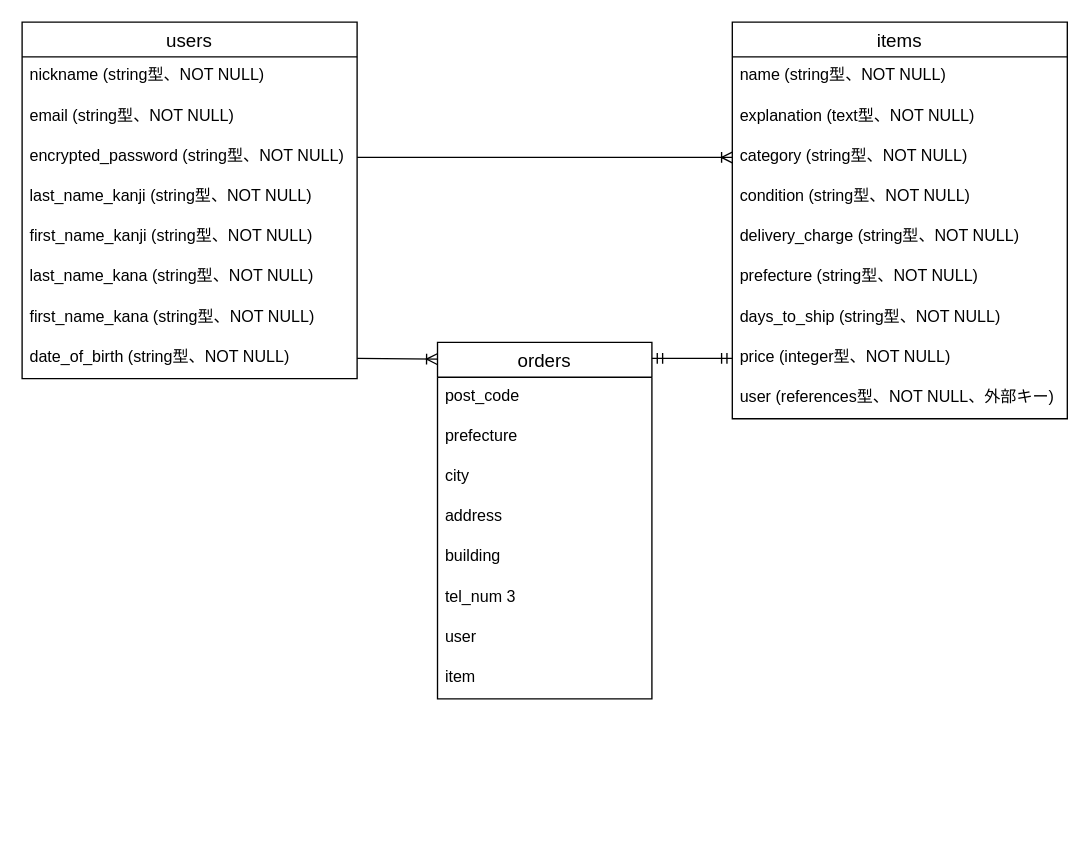
Above: furima.dio in KoDy-Kodemari/furima-38028 (draw.io), before the change. Source tidied: cells renumbered, new cells numbered last; positions are measured from the earlier drawing's top-left corner, leaving out a move shared by most shapes. Both pictures are drawn from the tidied source at 134%, with x=0, y=0 at pixel (21, 21).
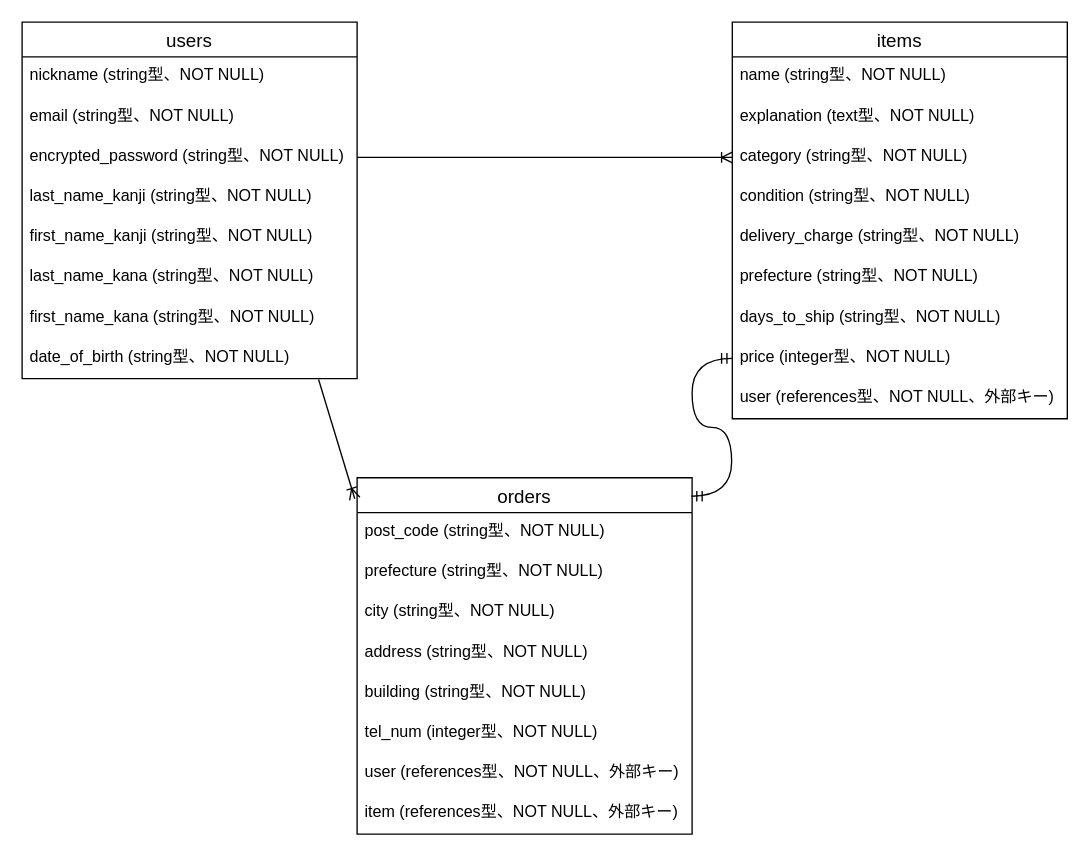
The same diagram, later.

Unchanged cells that the change refers to:
```xml
<mxCell id="10" value="date_of_birth (string型、NOT NULL)" style="text;strokeColor=none;fillColor=none;spacingLeft=4;spacingRight=4;overflow=hidden;points=[[0,0.5],[1,0.5]];portConstraint=eastwest;fontSize=12;" parent="2" vertex="1">
  <mxGeometry y="236" width="250" height="30" as="geometry" />
</mxCell>
```

Diff of the diagram source:
```diff
@@
     <mxCell id="21" value="orders" style="swimlane;fontStyle=0;horizontal=1;startSize=26;align=center;fontSize=14;" parent="1" vertex="1">
-      <mxGeometry x="310" y="239" width="160" height="266" as="geometry" />
+      <mxGeometry x="250" y="340" width="250" height="266" as="geometry" />
     </mxCell>
-    <mxCell id="22" value="post_code" style="text;strokeColor=none;fillColor=none;spacingLeft=4;spacingRight=4;overflow=hidden;fontSize=12;" parent="21" vertex="1">
-      <mxGeometry y="26" width="160" height="30" as="geometry" />
+    <mxCell id="22" value="post_code (string型、NOT NULL)" style="text;strokeColor=none;fillColor=none;spacingLeft=4;spacingRight=4;overflow=hidden;fontSize=12;" parent="21" vertex="1">
+      <mxGeometry y="26" width="250" height="30" as="geometry" />
     </mxCell>
-    <mxCell id="23" value="prefecture" style="text;strokeColor=none;fillColor=none;spacingLeft=4;spacingRight=4;overflow=hidden;fontSize=12;" parent="21" vertex="1">
-      <mxGeometry y="56" width="160" height="30" as="geometry" />
+    <mxCell id="23" value="prefecture (string型、NOT NULL)" style="text;strokeColor=none;fillColor=none;spacingLeft=4;spacingRight=4;overflow=hidden;fontSize=12;" parent="21" vertex="1">
+      <mxGeometry y="56" width="250" height="30" as="geometry" />
     </mxCell>
-    <mxCell id="24" value="city" style="text;strokeColor=none;fillColor=none;spacingLeft=4;spacingRight=4;overflow=hidden;fontSize=12;" parent="21" vertex="1">
-      <mxGeometry y="86" width="160" height="30" as="geometry" />
+    <mxCell id="24" value="city (string型、NOT NULL)" style="text;strokeColor=none;fillColor=none;spacingLeft=4;spacingRight=4;overflow=hidden;fontSize=12;" parent="21" vertex="1">
+      <mxGeometry y="86" width="250" height="30" as="geometry" />
     </mxCell>
-    <mxCell id="25" value="address" style="text;strokeColor=none;fillColor=none;spacingLeft=4;spacingRight=4;overflow=hidden;fontSize=12;" parent="21" vertex="1">
-      <mxGeometry y="116" width="160" height="30" as="geometry" />
+    <mxCell id="25" value="address (string型、NOT NULL)" style="text;strokeColor=none;fillColor=none;spacingLeft=4;spacingRight=4;overflow=hidden;fontSize=12;" parent="21" vertex="1">
+      <mxGeometry y="116" width="250" height="30" as="geometry" />
     </mxCell>
-    <mxCell id="26" value="building" style="text;strokeColor=none;fillColor=none;spacingLeft=4;spacingRight=4;overflow=hidden;fontSize=12;" parent="21" vertex="1">
-      <mxGeometry y="146" width="160" height="30" as="geometry" />
+    <mxCell id="26" value="building (string型、NOT NULL)" style="text;strokeColor=none;fillColor=none;spacingLeft=4;spacingRight=4;overflow=hidden;fontSize=12;" parent="21" vertex="1">
+      <mxGeometry y="146" width="250" height="30" as="geometry" />
     </mxCell>
-    <mxCell id="27" value="tel_num 3" style="text;strokeColor=none;fillColor=none;spacingLeft=4;spacingRight=4;overflow=hidden;fontSize=12;" parent="21" vertex="1">
-      <mxGeometry y="176" width="160" height="30" as="geometry" />
+    <mxCell id="27" value="tel_num (integer型、NOT NULL)" style="text;strokeColor=none;fillColor=none;spacingLeft=4;spacingRight=4;overflow=hidden;fontSize=12;" parent="21" vertex="1">
+      <mxGeometry y="176" width="250" height="30" as="geometry" />
     </mxCell>
-    <mxCell id="28" value="user" style="text;strokeColor=none;fillColor=none;spacingLeft=4;spacingRight=4;overflow=hidden;fontSize=12;" parent="21" vertex="1">
-      <mxGeometry y="206" width="160" height="30" as="geometry" />
+    <mxCell id="28" value="user (references型、NOT NULL、外部キー)" style="text;strokeColor=none;fillColor=none;spacingLeft=4;spacingRight=4;overflow=hidden;fontSize=12;" parent="21" vertex="1">
+      <mxGeometry y="206" width="250" height="30" as="geometry" />
     </mxCell>
-    <mxCell id="29" value="item" style="text;strokeColor=none;fillColor=none;spacingLeft=4;spacingRight=4;overflow=hidden;fontSize=12;" parent="21" vertex="1">
-      <mxGeometry y="236" width="160" height="30" as="geometry" />
+    <mxCell id="29" value="item (references型、NOT NULL、外部キー)" style="text;strokeColor=none;fillColor=none;spacingLeft=4;spacingRight=4;overflow=hidden;fontSize=12;" parent="21" vertex="1">
+      <mxGeometry y="236" width="250" height="30" as="geometry" />
     </mxCell>
@@
-    <mxCell id="31" style="fontSize=12;html=1;endArrow=ERoneToMany;exitX=1;exitY=0.5;exitDx=0;exitDy=0;entryX=-0.001;entryY=0.047;entryDx=0;entryDy=0;entryPerimeter=0;" parent="1" edge="1" source="10" target="21">
+    <mxCell id="31" style="fontSize=12;html=1;endArrow=ERoneToMany;exitX=0.885;exitY=1.025;exitDx=0;exitDy=0;entryX=-0.007;entryY=0.059;entryDx=0;entryDy=0;entryPerimeter=0;exitPerimeter=0;" parent="1" edge="1" source="10" target="21">
       <mxGeometry relative="1" as="geometry" />
     </mxCell>
-    <mxCell id="32" style="edgeStyle=entityRelationEdgeStyle;fontSize=12;html=1;endArrow=ERmandOne;startArrow=ERmandOne;curved=1;" parent="1" edge="1">
+    <mxCell id="32" style="edgeStyle=entityRelationEdgeStyle;fontSize=12;html=1;endArrow=ERmandOne;startArrow=ERmandOne;curved=1;exitX=0.998;exitY=0.052;exitDx=0;exitDy=0;exitPerimeter=0;" parent="1" edge="1" source="21">
       <mxGeometry relative="1" as="geometry">
-        <mxPoint x="470" y="251" as="sourcePoint" />
         <mxPoint x="530" y="251" as="targetPoint" />
       </mxGeometry>
     </mxCell>
```
